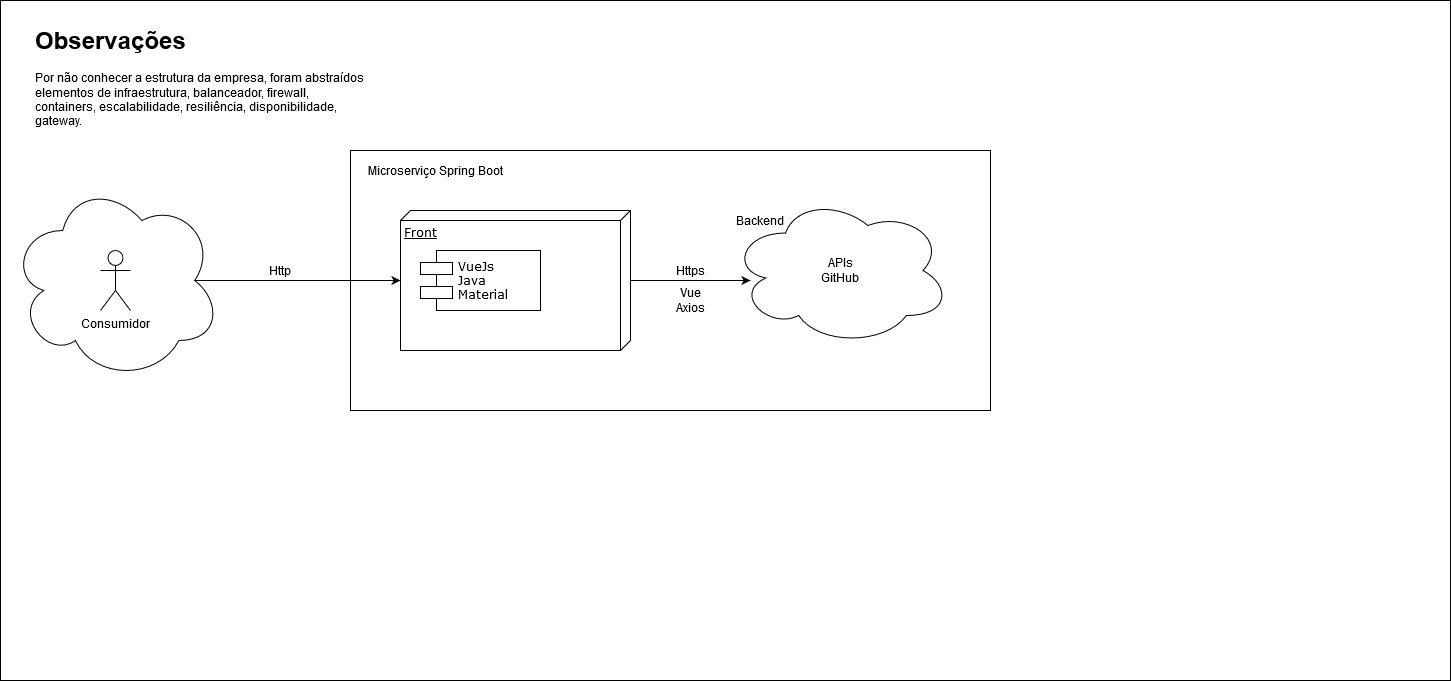
The draw.io diagram front-github/imagens/Arquitetura_Front.png in vitorhora/compasso-frontend, before a commit. Source tidied: cells renumbered, new cells last; positions are measured from the earlier drawing's top-left corner, leaving out a move shared by most shapes.
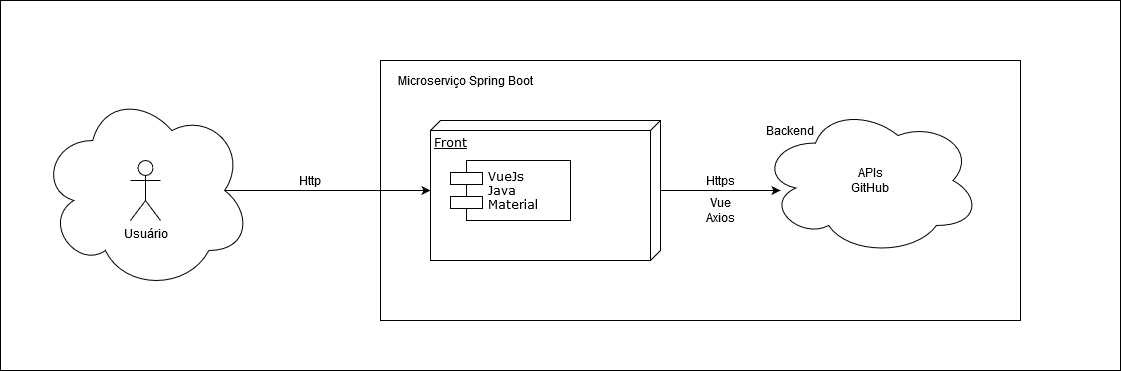
Later version of the same file.

Commit message:
Ajuste desenho arquitetura.

Diff of the diagram source:
```diff
@@ -3,7 +3,7 @@
     <mxCell id="0" />
     <mxCell id="1" parent="0" />
     <mxCell id="2" style="rounded=0;whiteSpace=wrap;html=1;" parent="1" vertex="1">
-      <mxGeometry width="1450" height="680" as="geometry" />
+      <mxGeometry x="-30" y="90" width="1120" height="370" as="geometry" />
     </mxCell>
     <mxCell id="3" style="ellipse;shape=cloud;whiteSpace=wrap;html=1;" parent="1" vertex="1">
       <mxGeometry x="9.4" y="180" width="211.2" height="200" as="geometry" />
@@ -22,15 +22,12 @@
     <mxCell id="7" value="&lt;div&gt;VueJs&lt;/div&gt;&lt;div&gt;Java&lt;/div&gt;&lt;div&gt;Material&lt;br&gt;&lt;/div&gt;" style="shape=component;align=left;spacingLeft=36;rounded=0;shadow=0;comic=0;labelBackgroundColor=none;strokeWidth=1;fontFamily=Verdana;fontSize=12;html=1;" parent="1" vertex="1">
       <mxGeometry x="420" y="250" width="120" height="60" as="geometry" />
     </mxCell>
-    <mxCell id="8" value="&lt;div&gt;Consumidor&lt;/div&gt;&lt;div&gt;&lt;br&gt;&lt;/div&gt;" style="shape=umlActor;verticalLabelPosition=bottom;labelBackgroundColor=#ffffff;verticalAlign=top;html=1;" parent="1" vertex="1">
+    <mxCell id="8" value="Usuário" style="shape=umlActor;verticalLabelPosition=bottom;labelBackgroundColor=#ffffff;verticalAlign=top;html=1;" parent="1" vertex="1">
       <mxGeometry x="100" y="250" width="30" height="60" as="geometry" />
     </mxCell>
     <mxCell id="9" value="Microserviço Spring Boot" style="text;html=1;align=center;verticalAlign=middle;" parent="1" vertex="1">
       <mxGeometry x="360" y="160" width="150" height="20" as="geometry" />
     </mxCell>
-    <mxCell id="10" value="&lt;h1&gt;Observações&lt;/h1&gt;&lt;p&gt;Por não conhecer a estrutura da empresa, foram abstraídos elementos de infraestrutura, balanceador, firewall, containers, escalabilidade, resiliência, disponibilidade, gateway.&lt;br&gt;&lt;/p&gt;" style="text;html=1;strokeColor=none;fillColor=none;spacing=5;spacingTop=-20;whiteSpace=wrap;overflow=hidden;rounded=0;" parent="1" vertex="1">
-      <mxGeometry x="30" y="20" width="340" height="120" as="geometry" />
-    </mxCell>
     <mxCell id="11" style="edgeStyle=orthogonalEdgeStyle;rounded=0;jettySize=auto;html=1;exitX=0.875;exitY=0.5;exitDx=0;exitDy=0;exitPerimeter=0;" parent="1" edge="1" source="3" target="6">
       <mxGeometry relative="1" as="geometry" />
     </mxCell>
```
